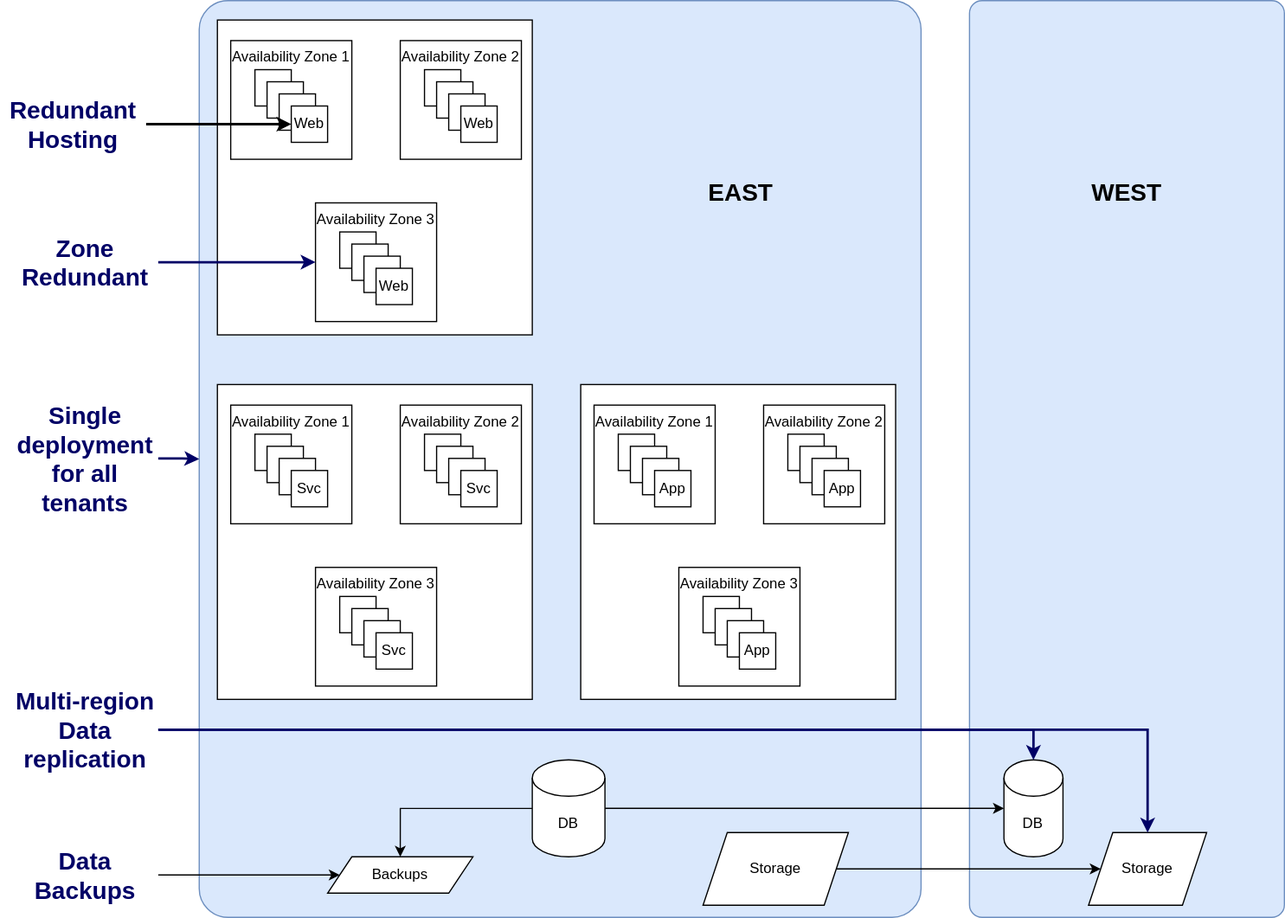
vjavle/invoicecloud keeps this draw.io diagram as dr/DRBCP.svg. Above is the earlier version. Source tidied: cells renumbered, new cells last; positions are measured from the earlier drawing's top-left corner, leaving out a move shared by most shapes. Its diagram source:
```xml
<mxGraphModel>
  <root>
    <mxCell id="0" />
    <mxCell id="1" parent="0" />
    <mxCell id="2" value="EAST" style="rounded=1;whiteSpace=wrap;html=1;arcSize=4;fillColor=#dae8fc;strokeColor=#6c8ebf;verticalAlign=top;align=right;spacingLeft=0;spacingRight=120;spacingTop=140;fontSize=20;fontStyle=1;" parent="1" vertex="1">
      <mxGeometry x="164" width="596" height="757" as="geometry" />
    </mxCell>
    <mxCell id="3" value="WEST" style="group;fillColor=#dae8fc;strokeColor=#6c8ebf;rounded=1;arcSize=4;fontSize=20;fontStyle=1;spacingTop=140;" parent="1" vertex="1">
      <mxGeometry x="800" width="260" height="757" as="geometry" />
    </mxCell>
    <mxCell id="4" style="edgeStyle=orthogonalEdgeStyle;rounded=0;jettySize=auto;html=1;" parent="1" edge="1" source="70" target="7">
      <mxGeometry relative="1" as="geometry" />
    </mxCell>
    <mxCell id="5" style="edgeStyle=orthogonalEdgeStyle;rounded=0;jettySize=auto;html=1;" parent="1" edge="1" source="71" target="8">
      <mxGeometry relative="1" as="geometry" />
    </mxCell>
    <mxCell id="6" style="edgeStyle=orthogonalEdgeStyle;rounded=0;jettySize=auto;html=1;strokeWidth=2;strokeColor=#000066;" parent="1" edge="1" source="79" target="2">
      <mxGeometry relative="1" as="geometry" />
    </mxCell>
    <mxCell id="7" value="DB" style="shape=cylinder3;whiteSpace=wrap;html=1;boundedLbl=1;backgroundOutline=1;size=15;" parent="1" vertex="1">
      <mxGeometry x="828.4" y="627" width="48.8" height="80" as="geometry" />
    </mxCell>
    <mxCell id="8" value="Storage" style="shape=parallelogram;perimeter=parallelogramPerimeter;whiteSpace=wrap;html=1;fixedSize=1;" parent="1" vertex="1">
      <mxGeometry x="898.3" y="687" width="97.5" height="60" as="geometry" />
    </mxCell>
    <mxCell id="9" style="group;" parent="1" vertex="1">
      <mxGeometry x="179" y="16" width="260" height="260" as="geometry" />
    </mxCell>
    <mxCell id="10" style="rounded=0;whiteSpace=wrap;html=1;" parent="9" vertex="1">
      <mxGeometry width="260" height="260" as="geometry" />
    </mxCell>
    <mxCell id="11" style="group;" parent="9" vertex="1">
      <mxGeometry x="11" y="17" width="100" height="98" as="geometry" />
    </mxCell>
    <mxCell id="12" value="Availability Zone 1" style="rounded=0;whiteSpace=wrap;html=1;verticalAlign=top;" parent="11" vertex="1">
      <mxGeometry width="100" height="98" as="geometry" />
    </mxCell>
    <mxCell id="13" style="whiteSpace=wrap;html=1;" parent="11" vertex="1">
      <mxGeometry x="20" y="24" width="30" height="30" as="geometry" />
    </mxCell>
    <mxCell id="14" style="whiteSpace=wrap;html=1;" parent="11" vertex="1">
      <mxGeometry x="30" y="34" width="30" height="30" as="geometry" />
    </mxCell>
    <mxCell id="15" style="whiteSpace=wrap;html=1;" parent="11" vertex="1">
      <mxGeometry x="40" y="44" width="30" height="30" as="geometry" />
    </mxCell>
    <mxCell id="16" value="Web" style="whiteSpace=wrap;html=1;" parent="11" vertex="1">
      <mxGeometry x="50" y="54" width="30" height="30" as="geometry" />
    </mxCell>
    <mxCell id="17" style="group;" parent="9" vertex="1">
      <mxGeometry x="151" y="17" width="100" height="98" as="geometry" />
    </mxCell>
    <mxCell id="18" value="Availability Zone 2" style="rounded=0;whiteSpace=wrap;html=1;verticalAlign=top;" parent="17" vertex="1">
      <mxGeometry width="100" height="98" as="geometry" />
    </mxCell>
    <mxCell id="19" style="whiteSpace=wrap;html=1;" parent="17" vertex="1">
      <mxGeometry x="20" y="24" width="30" height="30" as="geometry" />
    </mxCell>
    <mxCell id="20" style="whiteSpace=wrap;html=1;" parent="17" vertex="1">
      <mxGeometry x="30" y="34" width="30" height="30" as="geometry" />
    </mxCell>
    <mxCell id="21" style="whiteSpace=wrap;html=1;" parent="17" vertex="1">
      <mxGeometry x="40" y="44" width="30" height="30" as="geometry" />
    </mxCell>
    <mxCell id="22" value="Web" style="whiteSpace=wrap;html=1;" parent="17" vertex="1">
      <mxGeometry x="50" y="54" width="30" height="30" as="geometry" />
    </mxCell>
    <mxCell id="23" style="group;" parent="9" vertex="1">
      <mxGeometry x="81" y="151" width="100" height="98" as="geometry" />
    </mxCell>
    <mxCell id="24" value="Availability Zone 3" style="rounded=0;whiteSpace=wrap;html=1;verticalAlign=top;" parent="23" vertex="1">
      <mxGeometry width="100" height="98" as="geometry" />
    </mxCell>
    <mxCell id="25" style="whiteSpace=wrap;html=1;" parent="23" vertex="1">
      <mxGeometry x="20" y="24" width="30" height="30" as="geometry" />
    </mxCell>
    <mxCell id="26" style="whiteSpace=wrap;html=1;" parent="23" vertex="1">
      <mxGeometry x="30" y="34" width="30" height="30" as="geometry" />
    </mxCell>
    <mxCell id="27" style="whiteSpace=wrap;html=1;" parent="23" vertex="1">
      <mxGeometry x="40" y="44" width="30" height="30" as="geometry" />
    </mxCell>
    <mxCell id="28" value="Web" style="whiteSpace=wrap;html=1;" parent="23" vertex="1">
      <mxGeometry x="50" y="54" width="30" height="30" as="geometry" />
    </mxCell>
    <mxCell id="29" style="group;" parent="1" vertex="1">
      <mxGeometry x="179" y="317" width="260" height="260" as="geometry" />
    </mxCell>
    <mxCell id="30" style="rounded=0;whiteSpace=wrap;html=1;" parent="29" vertex="1">
      <mxGeometry width="260" height="260" as="geometry" />
    </mxCell>
    <mxCell id="31" style="group;" parent="29" vertex="1">
      <mxGeometry x="11" y="17" width="100" height="98" as="geometry" />
    </mxCell>
    <mxCell id="32" value="Availability Zone 1" style="rounded=0;whiteSpace=wrap;html=1;verticalAlign=top;" parent="31" vertex="1">
      <mxGeometry width="100" height="98" as="geometry" />
    </mxCell>
    <mxCell id="33" style="whiteSpace=wrap;html=1;" parent="31" vertex="1">
      <mxGeometry x="20" y="24" width="30" height="30" as="geometry" />
    </mxCell>
    <mxCell id="34" style="whiteSpace=wrap;html=1;" parent="31" vertex="1">
      <mxGeometry x="30" y="34" width="30" height="30" as="geometry" />
    </mxCell>
    <mxCell id="35" style="whiteSpace=wrap;html=1;" parent="31" vertex="1">
      <mxGeometry x="40" y="44" width="30" height="30" as="geometry" />
    </mxCell>
    <mxCell id="36" value="Svc" style="whiteSpace=wrap;html=1;" parent="31" vertex="1">
      <mxGeometry x="50" y="54" width="30" height="30" as="geometry" />
    </mxCell>
    <mxCell id="37" style="group;" parent="29" vertex="1">
      <mxGeometry x="151" y="17" width="100" height="98" as="geometry" />
    </mxCell>
    <mxCell id="38" value="Availability Zone 2" style="rounded=0;whiteSpace=wrap;html=1;verticalAlign=top;" parent="37" vertex="1">
      <mxGeometry width="100" height="98" as="geometry" />
    </mxCell>
    <mxCell id="39" style="whiteSpace=wrap;html=1;" parent="37" vertex="1">
      <mxGeometry x="20" y="24" width="30" height="30" as="geometry" />
    </mxCell>
    <mxCell id="40" style="whiteSpace=wrap;html=1;" parent="37" vertex="1">
      <mxGeometry x="30" y="34" width="30" height="30" as="geometry" />
    </mxCell>
    <mxCell id="41" style="whiteSpace=wrap;html=1;" parent="37" vertex="1">
      <mxGeometry x="40" y="44" width="30" height="30" as="geometry" />
    </mxCell>
    <mxCell id="42" value="Svc" style="whiteSpace=wrap;html=1;" parent="37" vertex="1">
      <mxGeometry x="50" y="54" width="30" height="30" as="geometry" />
    </mxCell>
    <mxCell id="43" style="group;" parent="29" vertex="1">
      <mxGeometry x="81" y="151" width="100" height="98" as="geometry" />
    </mxCell>
    <mxCell id="44" value="Availability Zone 3" style="rounded=0;whiteSpace=wrap;html=1;verticalAlign=top;" parent="43" vertex="1">
      <mxGeometry width="100" height="98" as="geometry" />
    </mxCell>
    <mxCell id="45" style="whiteSpace=wrap;html=1;" parent="43" vertex="1">
      <mxGeometry x="20" y="24" width="30" height="30" as="geometry" />
    </mxCell>
    <mxCell id="46" style="whiteSpace=wrap;html=1;" parent="43" vertex="1">
      <mxGeometry x="30" y="34" width="30" height="30" as="geometry" />
    </mxCell>
    <mxCell id="47" style="whiteSpace=wrap;html=1;" parent="43" vertex="1">
      <mxGeometry x="40" y="44" width="30" height="30" as="geometry" />
    </mxCell>
    <mxCell id="48" value="Svc" style="whiteSpace=wrap;html=1;" parent="43" vertex="1">
      <mxGeometry x="50" y="54" width="30" height="30" as="geometry" />
    </mxCell>
    <mxCell id="49" style="group;" parent="1" vertex="1">
      <mxGeometry x="479" y="317" width="260" height="260" as="geometry" />
    </mxCell>
    <mxCell id="50" style="rounded=0;whiteSpace=wrap;html=1;" parent="49" vertex="1">
      <mxGeometry width="260" height="260" as="geometry" />
    </mxCell>
    <mxCell id="51" style="group;" parent="49" vertex="1">
      <mxGeometry x="11" y="17" width="100" height="98" as="geometry" />
    </mxCell>
    <mxCell id="52" value="Availability Zone 1" style="rounded=0;whiteSpace=wrap;html=1;verticalAlign=top;" parent="51" vertex="1">
      <mxGeometry width="100" height="98" as="geometry" />
    </mxCell>
    <mxCell id="53" style="whiteSpace=wrap;html=1;" parent="51" vertex="1">
      <mxGeometry x="20" y="24" width="30" height="30" as="geometry" />
    </mxCell>
    <mxCell id="54" style="whiteSpace=wrap;html=1;" parent="51" vertex="1">
      <mxGeometry x="30" y="34" width="30" height="30" as="geometry" />
    </mxCell>
    <mxCell id="55" style="whiteSpace=wrap;html=1;" parent="51" vertex="1">
      <mxGeometry x="40" y="44" width="30" height="30" as="geometry" />
    </mxCell>
    <mxCell id="56" value="App" style="whiteSpace=wrap;html=1;" parent="51" vertex="1">
      <mxGeometry x="50" y="54" width="30" height="30" as="geometry" />
    </mxCell>
    <mxCell id="57" style="group;" parent="49" vertex="1">
      <mxGeometry x="151" y="17" width="100" height="98" as="geometry" />
    </mxCell>
    <mxCell id="58" value="Availability Zone 2" style="rounded=0;whiteSpace=wrap;html=1;verticalAlign=top;" parent="57" vertex="1">
      <mxGeometry width="100" height="98" as="geometry" />
    </mxCell>
    <mxCell id="59" style="whiteSpace=wrap;html=1;" parent="57" vertex="1">
      <mxGeometry x="20" y="24" width="30" height="30" as="geometry" />
    </mxCell>
    <mxCell id="60" style="whiteSpace=wrap;html=1;" parent="57" vertex="1">
      <mxGeometry x="30" y="34" width="30" height="30" as="geometry" />
    </mxCell>
    <mxCell id="61" style="whiteSpace=wrap;html=1;" parent="57" vertex="1">
      <mxGeometry x="40" y="44" width="30" height="30" as="geometry" />
    </mxCell>
    <mxCell id="62" value="App" style="whiteSpace=wrap;html=1;" parent="57" vertex="1">
      <mxGeometry x="50" y="54" width="30" height="30" as="geometry" />
    </mxCell>
    <mxCell id="63" style="group;" parent="49" vertex="1">
      <mxGeometry x="81" y="151" width="100" height="98" as="geometry" />
    </mxCell>
    <mxCell id="64" value="Availability Zone 3" style="rounded=0;whiteSpace=wrap;html=1;verticalAlign=top;" parent="63" vertex="1">
      <mxGeometry width="100" height="98" as="geometry" />
    </mxCell>
    <mxCell id="65" style="whiteSpace=wrap;html=1;" parent="63" vertex="1">
      <mxGeometry x="20" y="24" width="30" height="30" as="geometry" />
    </mxCell>
    <mxCell id="66" style="whiteSpace=wrap;html=1;" parent="63" vertex="1">
      <mxGeometry x="30" y="34" width="30" height="30" as="geometry" />
    </mxCell>
    <mxCell id="67" style="whiteSpace=wrap;html=1;" parent="63" vertex="1">
      <mxGeometry x="40" y="44" width="30" height="30" as="geometry" />
    </mxCell>
    <mxCell id="68" value="App" style="whiteSpace=wrap;html=1;" parent="63" vertex="1">
      <mxGeometry x="50" y="54" width="30" height="30" as="geometry" />
    </mxCell>
    <mxCell id="69" style="edgeStyle=orthogonalEdgeStyle;rounded=0;jettySize=auto;html=1;fontSize=20;fontColor=#000066;strokeColor=#000000;strokeWidth=1;entryX=0.5;entryY=0;entryDx=0;entryDy=0;" parent="1" edge="1" source="70" target="80">
      <mxGeometry relative="1" as="geometry" />
    </mxCell>
    <mxCell id="70" value="DB" style="shape=cylinder3;whiteSpace=wrap;html=1;boundedLbl=1;backgroundOutline=1;size=15;" parent="1" vertex="1">
      <mxGeometry x="439" y="627" width="60" height="80" as="geometry" />
    </mxCell>
    <mxCell id="71" value="Storage" style="shape=parallelogram;perimeter=parallelogramPerimeter;whiteSpace=wrap;html=1;fixedSize=1;" parent="1" vertex="1">
      <mxGeometry x="580" y="687" width="120" height="60" as="geometry" />
    </mxCell>
    <mxCell id="72" style="endArrow=classic;html=1;rounded=0;fontSize=20;edgeStyle=orthogonalEdgeStyle;strokeWidth=2;" parent="1" edge="1" source="78" target="16">
      <mxGeometry relative="1" as="geometry" />
    </mxCell>
    <mxCell id="73" style="endArrow=classic;html=1;rounded=0;fontSize=20;entryX=0;entryY=0.5;entryDx=0;entryDy=0;strokeWidth=2;strokeColor=#000066;" parent="1" edge="1" source="77" target="24">
      <mxGeometry relative="1" as="geometry" />
    </mxCell>
    <mxCell id="74" style="edgeStyle=orthogonalEdgeStyle;rounded=0;jettySize=auto;html=1;entryX=0.5;entryY=0;entryDx=0;entryDy=0;entryPerimeter=0;fontSize=20;fontColor=#000066;strokeColor=#000066;strokeWidth=2;" parent="1" edge="1" source="76" target="7">
      <mxGeometry relative="1" as="geometry" />
    </mxCell>
    <mxCell id="75" style="edgeStyle=orthogonalEdgeStyle;rounded=0;jettySize=auto;html=1;fontSize=20;fontColor=#000066;strokeColor=#000066;strokeWidth=2;" parent="1" edge="1" source="76" target="8">
      <mxGeometry relative="1" as="geometry" />
    </mxCell>
    <mxCell id="76" value="Multi-region Data replication" style="rounded=0;whiteSpace=wrap;html=1;fontSize=20;fontColor=#000066;strokeWidth=0;fontStyle=1;strokeColor=none;" parent="1" vertex="1">
      <mxGeometry x="10" y="567" width="120" height="70" as="geometry" />
    </mxCell>
    <mxCell id="77" value="Zone&lt;br&gt;Redundant" style="rounded=0;whiteSpace=wrap;html=1;fontSize=20;fontColor=#000066;strokeWidth=0;fontStyle=1;strokeColor=none;" parent="1" vertex="1">
      <mxGeometry x="10" y="181" width="120" height="70" as="geometry" />
    </mxCell>
    <mxCell id="78" value="Redundant&lt;br&gt;Hosting" style="rounded=0;whiteSpace=wrap;html=1;fontSize=20;fontColor=#000066;strokeWidth=0;fontStyle=1;strokeColor=none;" parent="1" vertex="1">
      <mxGeometry y="67" width="120" height="70" as="geometry" />
    </mxCell>
    <mxCell id="79" value="Single deployment for all tenants" style="rounded=0;whiteSpace=wrap;html=1;fontSize=20;fontColor=#000066;strokeWidth=0;fontStyle=1;strokeColor=none;" parent="1" vertex="1">
      <mxGeometry x="10" y="328" width="120" height="100" as="geometry" />
    </mxCell>
    <mxCell id="80" value="Backups" style="shape=parallelogram;perimeter=parallelogramPerimeter;whiteSpace=wrap;html=1;fixedSize=1;" parent="1" vertex="1">
      <mxGeometry x="270" y="707" width="120" height="30" as="geometry" />
    </mxCell>
    <mxCell id="81" style="edgeStyle=orthogonalEdgeStyle;rounded=0;jettySize=auto;html=1;fontSize=20;fontColor=#000066;strokeColor=#000000;strokeWidth=1;" parent="1" edge="1" source="82" target="80">
      <mxGeometry relative="1" as="geometry" />
    </mxCell>
    <mxCell id="82" value="Data Backups" style="rounded=0;whiteSpace=wrap;html=1;fontSize=20;fontColor=#000066;strokeWidth=0;fontStyle=1;strokeColor=none;" parent="1" vertex="1">
      <mxGeometry x="10" y="687" width="120" height="70" as="geometry" />
    </mxCell>
  </root>
</mxGraphModel>
```
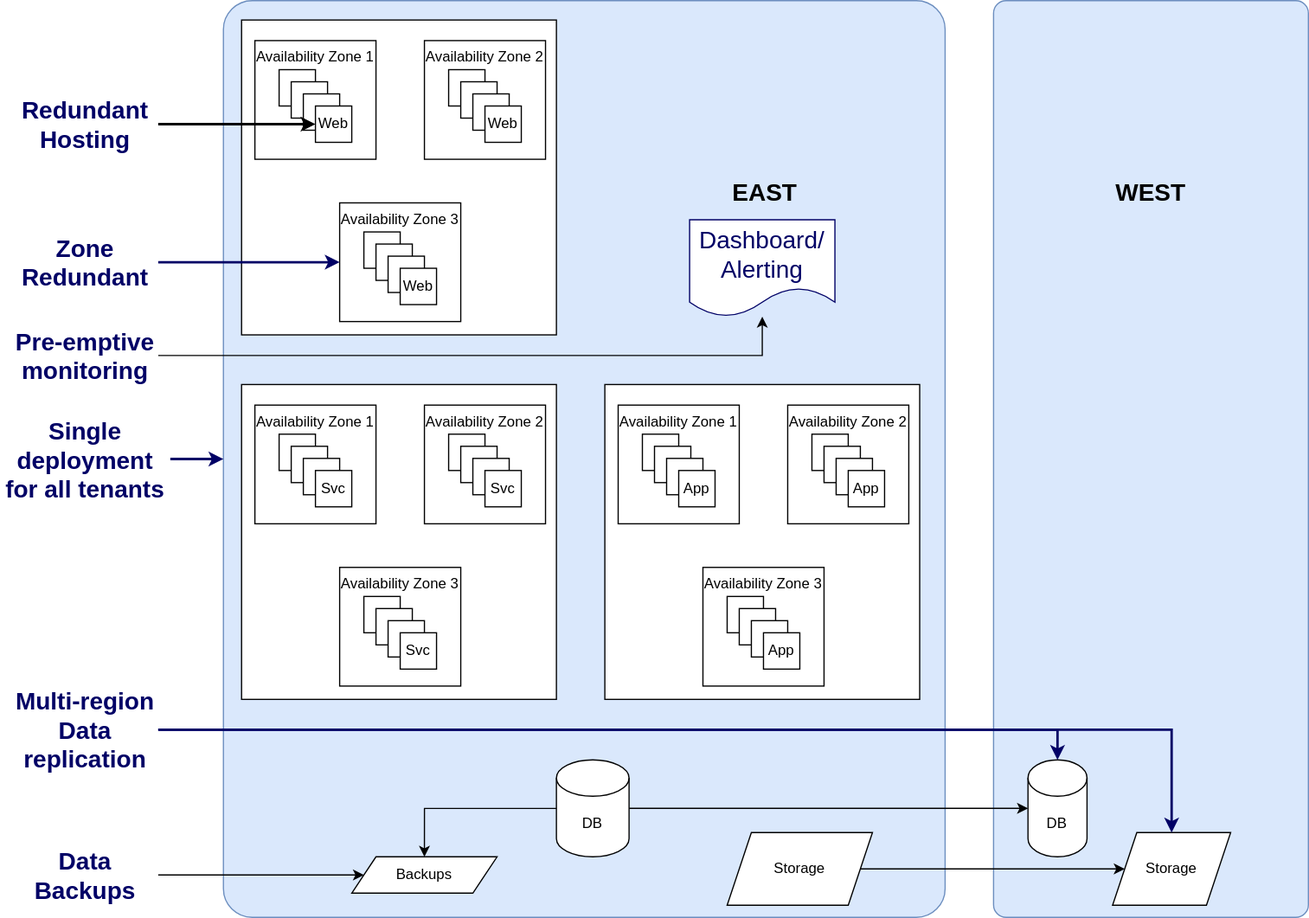
The same diagram one commit later.

The edit, as a diff of the source:
```diff
@@ -225,16 +225,16 @@
       <mxGeometry relative="1" as="geometry" />
     </mxCell>
     <mxCell id="76" value="Multi-region Data replication" style="rounded=0;whiteSpace=wrap;html=1;fontSize=20;fontColor=#000066;strokeWidth=0;fontStyle=1;strokeColor=none;" parent="1" vertex="1">
-      <mxGeometry x="10" y="567" width="120" height="70" as="geometry" />
+      <mxGeometry x="-10" y="567" width="120" height="70" as="geometry" />
     </mxCell>
     <mxCell id="77" value="Zone&lt;br&gt;Redundant" style="rounded=0;whiteSpace=wrap;html=1;fontSize=20;fontColor=#000066;strokeWidth=0;fontStyle=1;strokeColor=none;" parent="1" vertex="1">
-      <mxGeometry x="10" y="181" width="120" height="70" as="geometry" />
+      <mxGeometry x="-10" y="181" width="120" height="70" as="geometry" />
     </mxCell>
     <mxCell id="78" value="Redundant&lt;br&gt;Hosting" style="rounded=0;whiteSpace=wrap;html=1;fontSize=20;fontColor=#000066;strokeWidth=0;fontStyle=1;strokeColor=none;" parent="1" vertex="1">
-      <mxGeometry y="67" width="120" height="70" as="geometry" />
+      <mxGeometry x="-10" y="67" width="120" height="70" as="geometry" />
     </mxCell>
     <mxCell id="79" value="Single deployment for all tenants" style="rounded=0;whiteSpace=wrap;html=1;fontSize=20;fontColor=#000066;strokeWidth=0;fontStyle=1;strokeColor=none;" parent="1" vertex="1">
-      <mxGeometry x="10" y="328" width="120" height="100" as="geometry" />
+      <mxGeometry x="-20" y="343" width="140" height="71" as="geometry" />
     </mxCell>
     <mxCell id="80" value="Backups" style="shape=parallelogram;perimeter=parallelogramPerimeter;whiteSpace=wrap;html=1;fixedSize=1;" parent="1" vertex="1">
       <mxGeometry x="270" y="707" width="120" height="30" as="geometry" />
@@ -243,7 +243,20 @@
       <mxGeometry relative="1" as="geometry" />
     </mxCell>
     <mxCell id="82" value="Data Backups" style="rounded=0;whiteSpace=wrap;html=1;fontSize=20;fontColor=#000066;strokeWidth=0;fontStyle=1;strokeColor=none;" parent="1" vertex="1">
-      <mxGeometry x="10" y="687" width="120" height="70" as="geometry" />
+      <mxGeometry x="-10" y="687" width="120" height="70" as="geometry" />
     </mxCell>
+    <mxCell id="83" value="Dashboard/&lt;br&gt;Alerting" style="shape=document;whiteSpace=wrap;html=1;boundedLbl=1;rounded=1;fontSize=20;fontColor=#000066;strokeColor=#000066;strokeWidth=0;" parent="1" vertex="1">
+      <mxGeometry x="549" y="181" width="120" height="80" as="geometry" />
+    </mxCell>
+    <mxCell id="84" style="edgeStyle=orthogonalEdgeStyle;rounded=0;jettySize=auto;html=1;fontSize=20;fontColor=#000066;strokeColor=#000000;strokeWidth=1;" parent="1" edge="1" source="85" target="83">
+      <mxGeometry relative="1" as="geometry">
+        <Array as="points">
+          <mxPoint x="609" y="293" />
+        </Array>
+      </mxGeometry>
+    </mxCell>
+    <mxCell id="85" value="Pre-emptive monitoring" style="rounded=0;whiteSpace=wrap;html=1;fontSize=20;fontColor=#000066;strokeWidth=0;fontStyle=1;strokeColor=none;" parent="1" vertex="1">
+      <mxGeometry x="-10" y="258" width="120" height="70" as="geometry" />
+    </mxCell>
   </root>
 </mxGraphModel>
```
